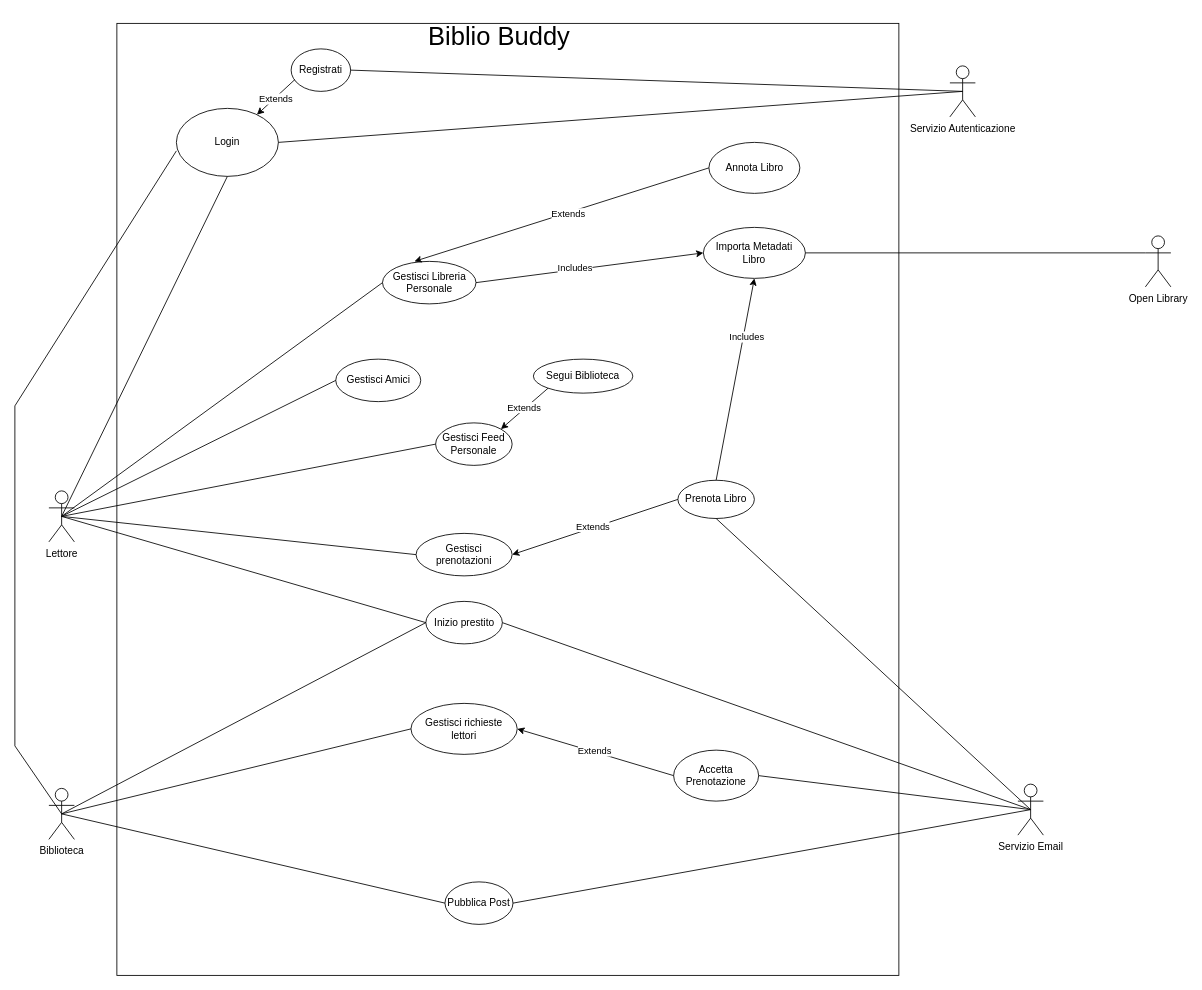
Before: page "UC Diagram Attuale" (1 of 2) of Elaborati Progettazione/Casi d'uso/Diagrammi/Diagramma casi d'uso.drawio in Tom-n7/progettoMurakami, a draw.io diagram. Source tidied: cells renumbered, new cells numbered last; positions are measured from the earlier drawing's top-left corner, leaving out a move shared by most shapes. Both pictures are drawn from the tidied source at 85%, with x=0, y=0 at pixel (14, 14).
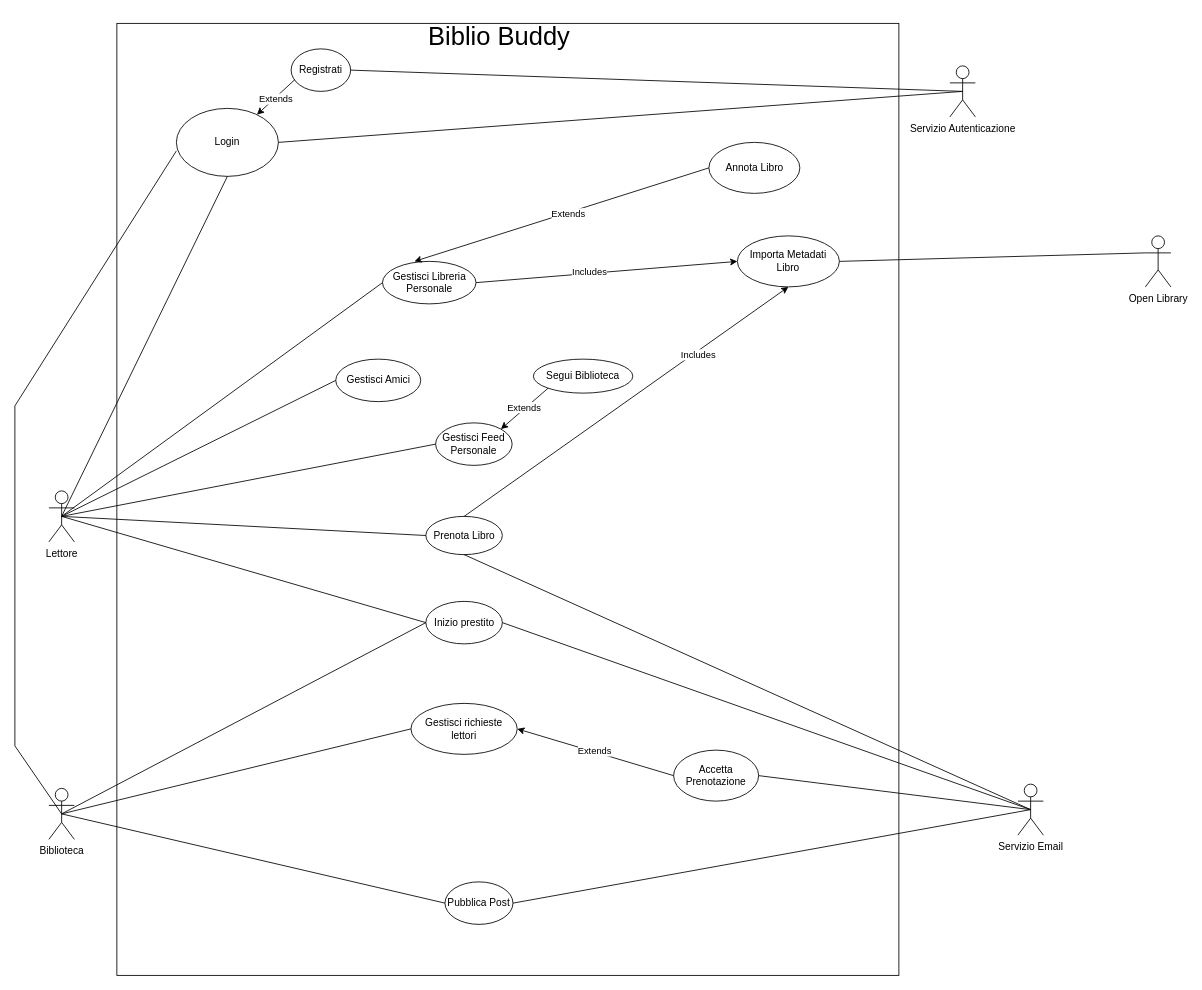
After the change.

The change refers to these unchanged cells:
```xml
<mxCell id="3" value="&lt;div&gt;Lettore&lt;/div&gt;&lt;div&gt;&lt;br&gt;&lt;/div&gt;" style="shape=umlActor;verticalLabelPosition=bottom;verticalAlign=top;html=1;outlineConnect=0;" parent="1" vertex="1">
  <mxGeometry x="40" y="560" width="30" height="60" as="geometry" />
</mxCell>
```

Diff of the diagram source:
```diff
@@
     <mxCell id="11" value="Importa Metadati Libro" style="ellipse;whiteSpace=wrap;html=1;" parent="1" vertex="1">
-      <mxGeometry x="810" y="250" width="120" height="60" as="geometry" />
+      <mxGeometry x="850" y="260" width="120" height="60" as="geometry" />
     </mxCell>
     <mxCell id="12" value="Prenota Libro" style="ellipse;whiteSpace=wrap;html=1;" parent="1" vertex="1">
-      <mxGeometry x="780" y="547.5" width="90" height="45" as="geometry" />
+      <mxGeometry x="483.5" y="590" width="90" height="45" as="geometry" />
     </mxCell>
-    <mxCell id="13" style="endArrow=none;html=1;rounded=0;entryX=0;entryY=0.5;entryDx=0;entryDy=0;exitX=0.5;exitY=0.5;exitDx=0;exitDy=0;exitPerimeter=0;" parent="1" edge="1" source="3" target="48">
-      <mxGeometry relative="1" as="geometry" />
-    </mxCell>
@@
-    <mxCell id="48" value="Gestisci prenotazioni" style="ellipse;whiteSpace=wrap;html=1;" parent="1" vertex="1">
-      <mxGeometry x="472" y="610" width="113" height="50" as="geometry" />
-    </mxCell>
-    <mxCell id="49" style="endArrow=classic;html=1;rounded=0;exitX=0;exitY=0.5;exitDx=0;exitDy=0;entryX=1;entryY=0.5;entryDx=0;entryDy=0;" parent="1" edge="1" source="12" target="48">
-      <mxGeometry relative="1" as="geometry" />
-    </mxCell>
-    <mxCell id="50" value="Extends" style="edgeLabel;html=1;align=center;verticalAlign=middle;" parent="49" vertex="1">
-      <mxGeometry x="0.02" y="-2" relative="1" as="geometry" />
-    </mxCell>
@@
+    <mxCell id="54" style="endArrow=none;html=1;rounded=0;entryX=0;entryY=0.5;entryDx=0;entryDy=0;exitX=0.5;exitY=0.5;exitDx=0;exitDy=0;exitPerimeter=0;" parent="1" edge="1" source="3" target="12">
+      <mxGeometry relative="1" as="geometry" />
+    </mxCell>
```
